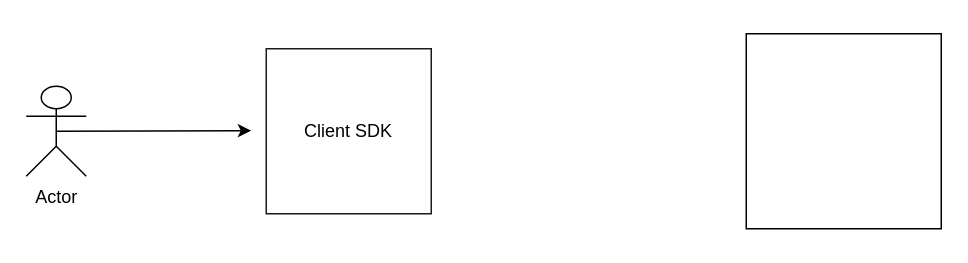
Before: Untitled Diagram.drawio in HRS05/Flow-Diagram, a draw.io diagram. Source tidied: cells renumbered, new cells numbered last; positions are measured from the earlier drawing's top-left corner, leaving out a move shared by most shapes. Both pictures are drawn from the tidied source at 150%, with x=0, y=0 at pixel (26, 33).
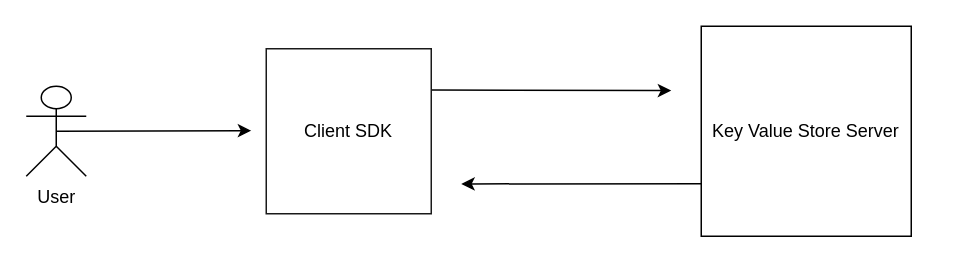
Above is the later version.

Diff of the diagram source:
```diff
@@
 <mxGraphModel>
   <root>
     <mxCell id="0" />
     <mxCell id="1" parent="0" />
+    <mxCell id="6" style="edgeStyle=none;rounded=0;jettySize=auto;html=1;exitX=1;exitY=0.25;exitDx=0;exitDy=0;" parent="1" edge="1" source="2">
+      <mxGeometry relative="1" as="geometry">
+        <mxPoint x="430" y="37.9" as="targetPoint" />
+      </mxGeometry>
+    </mxCell>
     <mxCell id="2" value="Client SDK" style="whiteSpace=wrap;html=1;strokeColor=#1A1A1A;" parent="1" vertex="1">
       <mxGeometry x="160" y="10" width="110" height="110" as="geometry" />
     </mxCell>
+    <mxCell id="7" style="edgeStyle=none;rounded=0;jettySize=auto;html=1;exitX=0;exitY=0.75;exitDx=0;exitDy=0;" parent="1" edge="1" source="3">
+      <mxGeometry relative="1" as="geometry">
+        <mxPoint x="290" y="100.1" as="targetPoint" />
+      </mxGeometry>
+    </mxCell>
-    <mxCell id="3" style="whiteSpace=wrap;html=1;" parent="1" vertex="1">
-      <mxGeometry x="480" width="130" height="130" as="geometry" />
+    <mxCell id="3" value="Key Value Store Server" style="whiteSpace=wrap;html=1;" parent="1" vertex="1">
+      <mxGeometry x="450" y="-5" width="140" height="140" as="geometry" />
     </mxCell>
     <mxCell id="4" style="edgeStyle=none;rounded=0;jettySize=auto;html=1;exitX=0.5;exitY=0.5;exitDx=0;exitDy=0;exitPerimeter=0;" parent="1" edge="1" source="5">
       <mxGeometry relative="1" as="geometry">
         <mxPoint x="150" y="64.6" as="targetPoint" />
       </mxGeometry>
     </mxCell>
-    <mxCell id="5" value="Actor" style="shape=umlActor;verticalLabelPosition=bottom;verticalAlign=top;html=1;outlineConnect=0;" parent="1" vertex="1">
+    <mxCell id="5" value="User" style="shape=umlActor;verticalLabelPosition=bottom;verticalAlign=top;html=1;outlineConnect=0;" parent="1" vertex="1">
       <mxGeometry y="35" width="40" height="60" as="geometry" />
     </mxCell>
   </root>
 </mxGraphModel>
```
